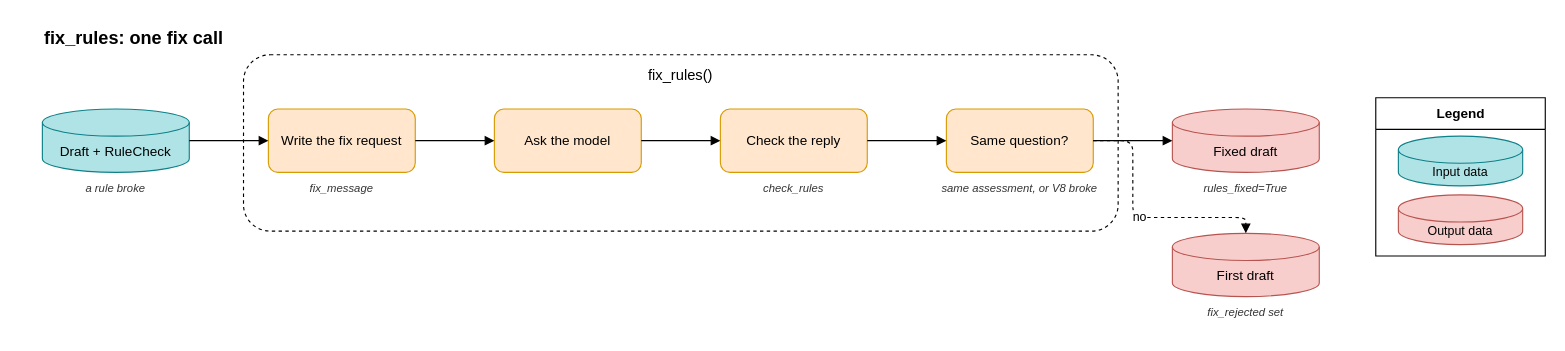
Before: docs/_static/diagrams/check/fix-rules.drawio in kevindoingstuff/autoMCCD-lite, a draw.io diagram. Source tidied: cells renumbered, new cells numbered last; positions are measured from the earlier drawing's top-left corner, leaving out a move shared by most shapes. Both pictures are drawn from the tidied source at 113%, with x=0, y=0 at pixel (19, 19).
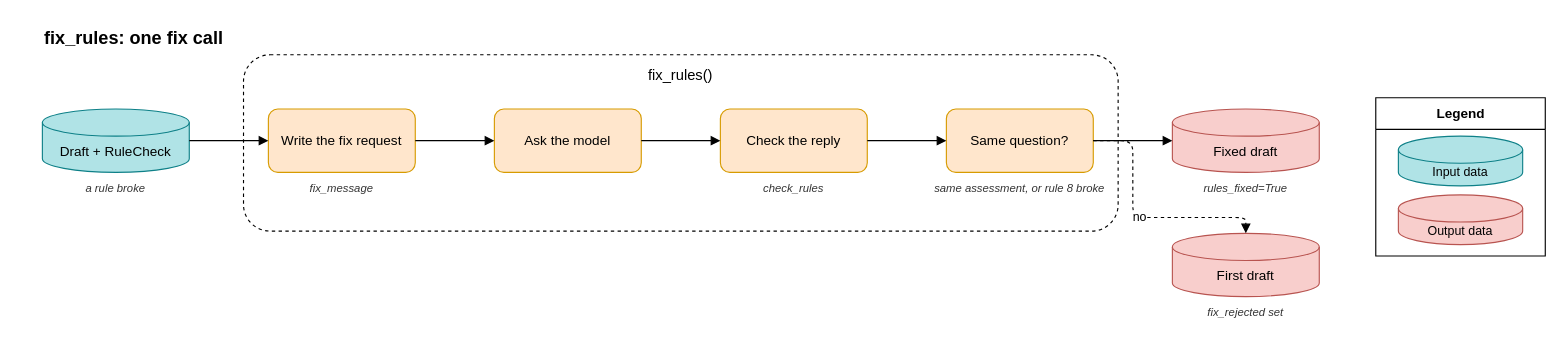
After the change.

Diff of the diagram source:
```diff
@@
-    <mxCell id="12" value="same assessment, or V8 broke" style="text;html=1;fontSize=10;fontStyle=2;align=center;verticalAlign=top;whiteSpace=wrap;fontColor=#333333;" parent="1" vertex="1">
+    <mxCell id="12" value="same assessment, or rule 8 broke" style="text;html=1;fontSize=10;fontStyle=2;align=center;verticalAlign=top;whiteSpace=wrap;fontColor=#333333;" parent="1" vertex="1">
       <mxGeometry x="800" y="137" width="170" height="30" as="geometry" />
     </mxCell>
```
